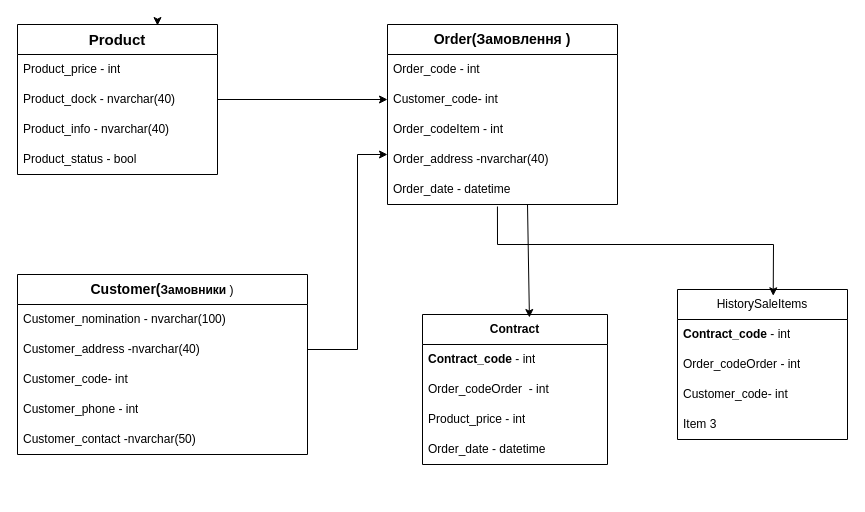
Before: Диаграмма без названия.drawio in Fyri1/Fyri1, a draw.io diagram. Source tidied: cells renumbered, new cells numbered last; positions are measured from the earlier drawing's top-left corner, leaving out a move shared by most shapes. Both pictures are drawn from the tidied source at 100%, with x=0, y=0 at pixel (17, 24).
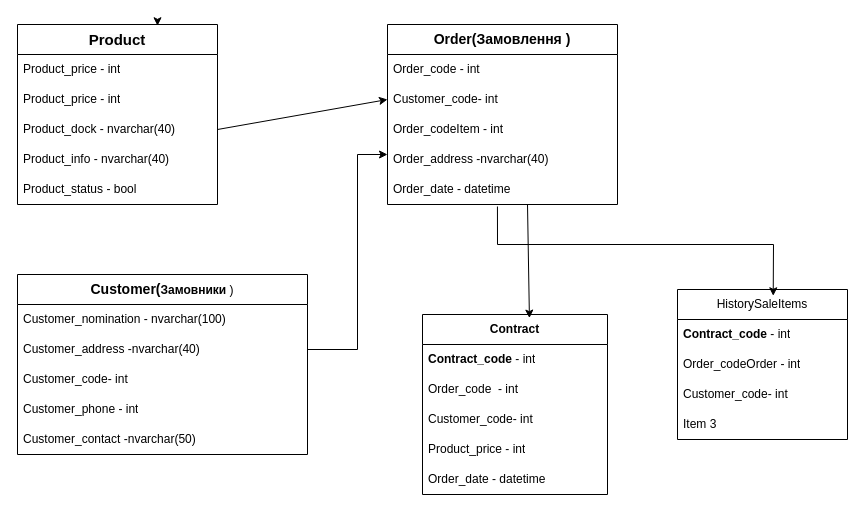
After the change.

What changed in the source:
```diff
@@
     <mxCell id="2" value="&lt;span style=&quot;color: rgb(0, 0, 0); font-family: Helvetica; font-style: normal; font-variant-ligatures: normal; font-variant-caps: normal; letter-spacing: normal; orphans: 2; text-align: left; text-indent: 0px; text-transform: none; widows: 2; word-spacing: 0px; -webkit-text-stroke-width: 0px; background-color: rgb(251, 251, 251); text-decoration-thickness: initial; text-decoration-style: initial; text-decoration-color: initial; float: none; display: inline !important;&quot;&gt;&lt;b style=&quot;&quot;&gt;&lt;font style=&quot;font-size: 15px;&quot;&gt;Product&lt;/font&gt;&lt;/b&gt;&lt;/span&gt;" style="swimlane;fontStyle=0;horizontal=1;startSize=30;whiteSpace=wrap;html=1;" parent="1" vertex="1">
-      <mxGeometry width="200" height="150" as="geometry" />
+      <mxGeometry width="200" height="180" as="geometry" />
     </mxCell>
+    <mxCell id="34" value="Product_price - int" style="text;strokeColor=none;fillColor=none;align=left;verticalAlign=middle;spacingLeft=4;spacingRight=4;overflow=hidden;whiteSpace=wrap;html=1;" parent="2" vertex="1">
+      <mxGeometry y="30" width="200" height="30" as="geometry" />
+    </mxCell>
     <mxCell id="3" value="Product_price - int" style="text;strokeColor=none;fillColor=none;align=left;verticalAlign=middle;spacingLeft=4;spacingRight=4;overflow=hidden;whiteSpace=wrap;html=1;" parent="2" vertex="1">
-      <mxGeometry y="30" width="200" height="30" as="geometry" />
+      <mxGeometry y="60" width="200" height="30" as="geometry" />
     </mxCell>
     <mxCell id="4" value="Product_dock - nvarchar(40)" style="text;strokeColor=none;fillColor=none;align=left;verticalAlign=middle;spacingLeft=4;spacingRight=4;overflow=hidden;points=[[0,0.5],[1,0.5]];portConstraint=eastwest;whiteSpace=wrap;html=1;" parent="2" vertex="1">
-      <mxGeometry y="60" width="200" height="30" as="geometry" />
+      <mxGeometry y="90" width="200" height="30" as="geometry" />
     </mxCell>
     <mxCell id="5" value="Product_info - nvarchar(40)" style="text;strokeColor=none;fillColor=none;align=left;verticalAlign=middle;spacingLeft=4;spacingRight=4;overflow=hidden;whiteSpace=wrap;html=1;" parent="2" vertex="1">
-      <mxGeometry y="90" width="200" height="30" as="geometry" />
+      <mxGeometry y="120" width="200" height="30" as="geometry" />
     </mxCell>
     <mxCell id="6" value="Product_status - bool" style="text;strokeColor=none;fillColor=none;align=left;verticalAlign=middle;spacingLeft=4;spacingRight=4;overflow=hidden;whiteSpace=wrap;html=1;" parent="2" vertex="1">
-      <mxGeometry y="120" width="200" height="30" as="geometry" />
+      <mxGeometry y="150" width="200" height="30" as="geometry" />
     </mxCell>
@@
     <mxCell id="24" value="&lt;b&gt;Contract&lt;/b&gt;" style="swimlane;fontStyle=0;horizontal=1;startSize=30;whiteSpace=wrap;html=1;" parent="1" vertex="1">
-      <mxGeometry x="405" y="290" width="185" height="150" as="geometry" />
+      <mxGeometry x="405" y="290" width="185" height="180" as="geometry" />
     </mxCell>
@@
-    <mxCell id="26" value="Order_codeOrder&amp;nbsp;&amp;nbsp;- int" style="text;strokeColor=none;fillColor=none;align=left;verticalAlign=middle;spacingLeft=4;spacingRight=4;overflow=hidden;whiteSpace=wrap;html=1;" parent="24" vertex="1">
+    <mxCell id="26" value="Order_code&amp;nbsp; - int" style="text;strokeColor=none;fillColor=none;align=left;verticalAlign=middle;spacingLeft=4;spacingRight=4;overflow=hidden;whiteSpace=wrap;html=1;" parent="24" vertex="1">
       <mxGeometry y="60" width="185" height="30" as="geometry" />
     </mxCell>
+    <mxCell id="35" value="Customer_code- int" style="text;strokeColor=none;fillColor=none;align=left;verticalAlign=middle;spacingLeft=4;spacingRight=4;overflow=hidden;whiteSpace=wrap;html=1;" parent="24" vertex="1">
+      <mxGeometry y="90" width="185" height="30" as="geometry" />
+    </mxCell>
     <mxCell id="27" value="Product_price - int" style="text;strokeColor=none;fillColor=none;align=left;verticalAlign=middle;spacingLeft=4;spacingRight=4;overflow=hidden;whiteSpace=wrap;html=1;" parent="24" vertex="1">
-      <mxGeometry y="90" width="185" height="30" as="geometry" />
+      <mxGeometry y="120" width="185" height="30" as="geometry" />
     </mxCell>
     <mxCell id="28" value="Order_date&amp;nbsp;- datetime" style="text;strokeColor=none;fillColor=none;align=left;verticalAlign=middle;spacingLeft=4;spacingRight=4;overflow=hidden;whiteSpace=wrap;html=1;" parent="24" vertex="1">
-      <mxGeometry y="120" width="185" height="30" as="geometry" />
+      <mxGeometry y="150" width="185" height="30" as="geometry" />
     </mxCell>
```
